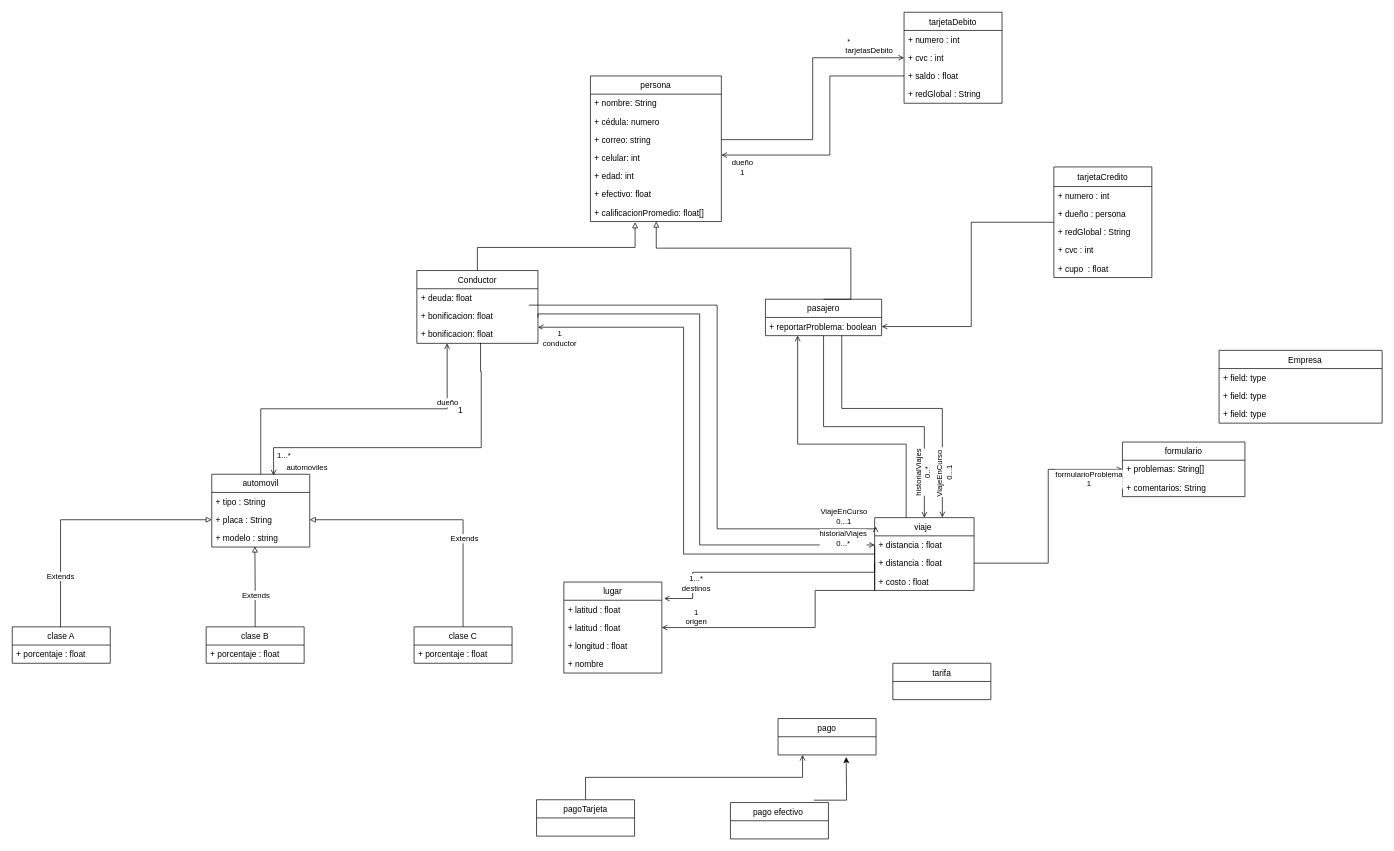
Earlier version of the draw.io diagram Untitled Diagram.drawio (DPOO2022-1-SEC04-G08/Taller2). Source tidied: cells renumbered, new cells numbered last; positions are measured from the earlier drawing's top-left corner, leaving out a move shared by most shapes. Both pictures are drawn from the tidied source at 70%, with x=0, y=0 at pixel (12, 12).
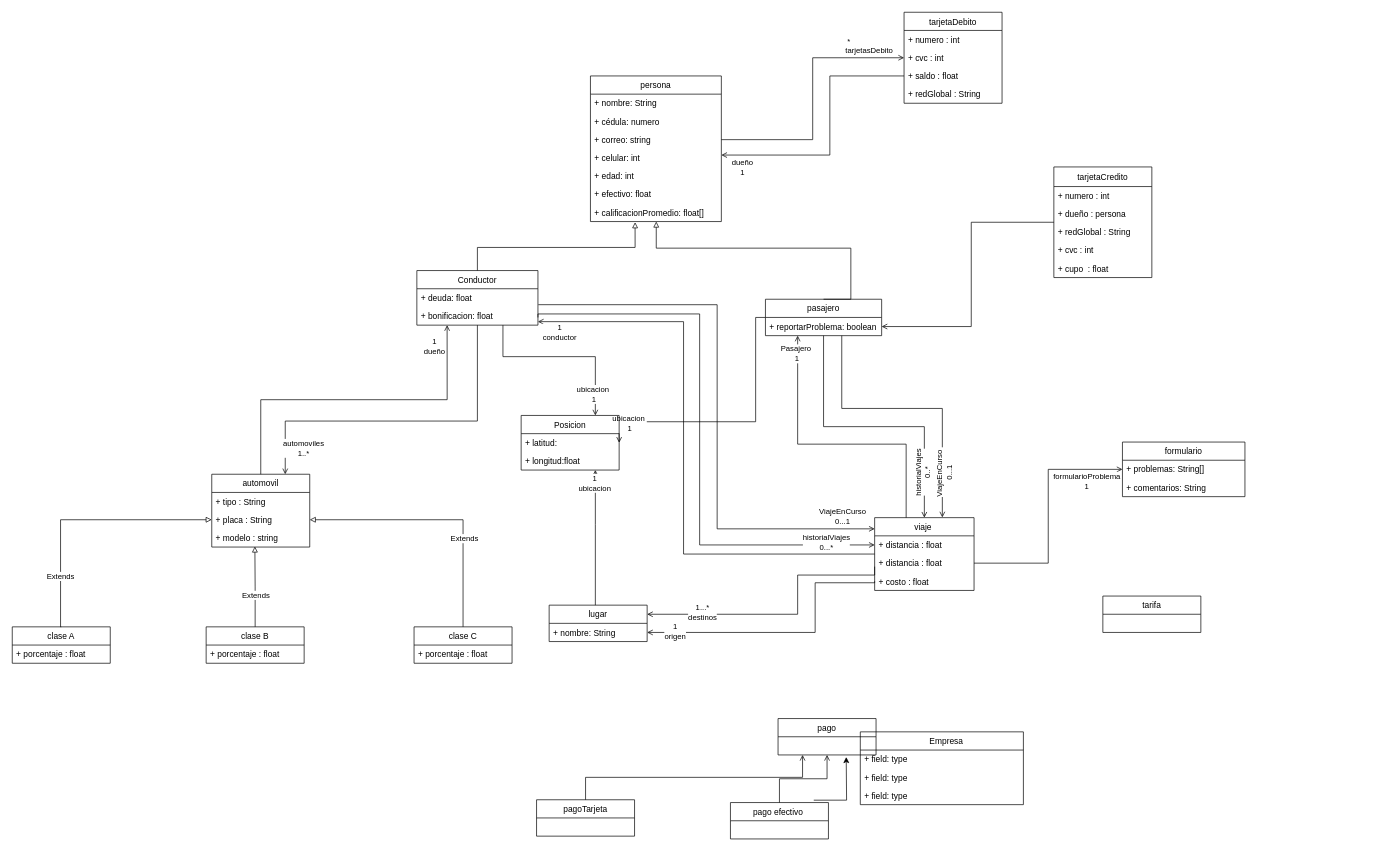
After the change.

Commit message:
agregacion posicion

Unchanged cells that the change refers to:
```xml
<mxCell id="4" style="edgeStyle=orthogonalEdgeStyle;rounded=0;jettySize=auto;html=1;endArrow=open;endFill=0;" parent="1" edge="1" source="5" target="23">
  <mxGeometry relative="1" as="geometry">
    <Array as="points">
      <mxPoint x="1277" y="617" />
      <mxPoint x="1122" y="617" />
    </Array>
  </mxGeometry>
</mxCell>
<mxCell id="5" value="viaje " style="swimlane;fontStyle=0;horizontal=1;startSize=26;fillColor=none;" parent="1" vertex="1">
  <mxGeometry x="1232" y="722" width="142" height="104" as="geometry" />
</mxCell>
<mxCell id="6" value="+ distancia : float" style="text;strokeColor=none;fillColor=none;align=left;verticalAlign=top;spacingLeft=4;spacingRight=4;overflow=hidden;points=[[0,0.5],[1,0.5]];portConstraint=eastwest;" parent="5" vertex="1">
  <mxGeometry y="26" width="142" height="26" as="geometry" />
</mxCell>
<mxCell id="7" value="+ distancia : float" style="text;strokeColor=none;fillColor=none;align=left;verticalAlign=top;spacingLeft=4;spacingRight=4;overflow=hidden;points=[[0,0.5],[1,0.5]];portConstraint=eastwest;" parent="5" vertex="1">
  <mxGeometry y="52" width="142" height="26" as="geometry" />
</mxCell>
<mxCell id="8" value="+ costo : float&#10;" style="text;strokeColor=none;fillColor=none;align=left;verticalAlign=top;spacingLeft=4;spacingRight=4;overflow=hidden;points=[[0,0.5],[1,0.5]];portConstraint=eastwest;" parent="5" vertex="1">
  <mxGeometry y="78" width="142" height="26" as="geometry" />
</mxCell>
<mxCell id="22" value="pasajero" style="swimlane;fontStyle=0;horizontal=1;startSize=26;fillColor=none;" parent="1" vertex="1">
  <mxGeometry x="1076" y="410" width="166" height="52" as="geometry" />
</mxCell>
<mxCell id="38" value="+ deuda: float" style="text;strokeColor=none;fillColor=none;align=left;verticalAlign=top;spacingLeft=4;spacingRight=4;overflow=hidden;points=[[0,0.5],[1,0.5]];portConstraint=eastwest;" parent="37" vertex="1">
  <mxGeometry y="26" width="173" height="26" as="geometry" />
</mxCell>
<mxCell id="46" value="pago" style="swimlane;fontStyle=0;horizontal=1;startSize=26;fillColor=none;" parent="1" vertex="1">
  <mxGeometry x="1094" y="1009" width="140" height="52" as="geometry" />
</mxCell>
<mxCell id="47" style="edgeStyle=orthogonalEdgeStyle;rounded=0;jettySize=auto;html=1;exitX=0.5;exitY=0;exitDx=0;exitDy=0;entryX=0.25;entryY=1;entryDx=0;entryDy=0;endArrow=open;endFill=0;strokeWidth=1;" parent="1" edge="1" source="49" target="37">
  <mxGeometry relative="1" as="geometry" />
</mxCell>
<mxCell id="49" value="automovil" style="swimlane;fontStyle=0;horizontal=1;startSize=26;fillColor=none;" parent="1" vertex="1">
  <mxGeometry x="285" y="660" width="140" height="104" as="geometry" />
</mxCell>
<mxCell id="93" value="pago efectivo " style="swimlane;fontStyle=0;horizontal=1;startSize=26;fillColor=none;" parent="1" vertex="1">
  <mxGeometry x="1026" y="1129" width="140" height="52" as="geometry" />
</mxCell>
<mxCell id="94" style="edgeStyle=orthogonalEdgeStyle;rounded=0;jettySize=auto;html=1;exitX=1;exitY=0.5;exitDx=0;exitDy=0;endArrow=open;endFill=0;" parent="1" edge="1" source="7" target="90">
  <mxGeometry relative="1" as="geometry" />
</mxCell>
<mxCell id="96" style="edgeStyle=orthogonalEdgeStyle;rounded=0;jettySize=auto;html=1;entryX=0;entryY=0.5;entryDx=0;entryDy=0;endArrow=open;endFill=0;" parent="1" edge="1" target="6">
  <mxGeometry relative="1" as="geometry">
    <mxPoint x="751" y="436" as="sourcePoint" />
    <Array as="points">
      <mxPoint x="751" y="431" />
      <mxPoint x="982" y="431" />
      <mxPoint x="982" y="761" />
    </Array>
  </mxGeometry>
</mxCell>
```

Change to the diagram source:
```diff
@@
     <mxCell id="2" style="edgeStyle=orthogonalEdgeStyle;rounded=0;jettySize=auto;html=1;endArrow=open;endFill=0;" parent="1" edge="1" source="5">
       <mxGeometry relative="1" as="geometry">
-        <mxPoint x="751" y="450" as="targetPoint" />
+        <mxPoint x="751" y="442" as="targetPoint" />
         <Array as="points">
           <mxPoint x="959" y="774" />
-          <mxPoint x="959" y="450" />
-          <mxPoint x="751" y="450" />
+          <mxPoint x="959" y="442" />
+          <mxPoint x="751" y="442" />
         </Array>
       </mxGeometry>
     </mxCell>
@@
+    <mxCell id="98" value="Pasajero&amp;nbsp;&lt;br&gt;1" style="edgeLabel;html=1;align=center;verticalAlign=middle;" parent="4" vertex="1">
+      <mxGeometry x="0.84" y="2" relative="1" as="geometry">
+        <mxPoint y="-8" as="offset" />
+      </mxGeometry>
+    </mxCell>
@@
+    <mxCell id="99" style="edgeStyle=orthogonalEdgeStyle;rounded=0;jettySize=auto;html=1;entryX=1;entryY=0.5;entryDx=0;entryDy=0;endArrow=open;endFill=0;" parent="1" edge="1" source="22" target="110">
+      <mxGeometry relative="1" as="geometry">
+        <Array as="points">
+          <mxPoint x="1062" y="436" />
+          <mxPoint x="1062" y="585" />
+        </Array>
+      </mxGeometry>
+    </mxCell>
+    <mxCell id="100" value="ubicacion&amp;nbsp;&lt;br&gt;1" style="edgeLabel;html=1;align=center;verticalAlign=middle;" parent="99" vertex="1">
+      <mxGeometry x="0.86" y="1" relative="1" as="geometry">
+        <mxPoint x="13" y="-1" as="offset" />
+      </mxGeometry>
+    </mxCell>
@@
-    <mxCell id="32" style="edgeStyle=orthogonalEdgeStyle;rounded=0;jettySize=auto;html=1;entryX=0.631;entryY=0.016;entryDx=0;entryDy=0;endArrow=open;endFill=0;entryPerimeter=0;exitX=0.52;exitY=0.99;exitDx=0;exitDy=0;exitPerimeter=0;" parent="1" edge="1" source="40" target="49">
-      <mxGeometry relative="1" as="geometry">
-        <Array as="points">
-          <mxPoint x="669" y="473" />
-          <mxPoint x="669" y="513" />
-          <mxPoint x="670" y="513" />
-          <mxPoint x="670" y="622" />
-          <mxPoint x="373" y="622" />
-        </Array>
-      </mxGeometry>
-    </mxCell>
-    <mxCell id="33" value="automoviles&lt;br&gt;" style="edgeLabel;html=1;align=center;verticalAlign=middle;" parent="32" vertex="1">
-      <mxGeometry x="0.6" y="2" relative="1" as="geometry">
-        <mxPoint x="-11" y="26" as="offset" />
-      </mxGeometry>
-    </mxCell>
-    <mxCell id="34" value="1...*" style="edgeLabel;html=1;align=center;verticalAlign=middle;" parent="32" vertex="1">
-      <mxGeometry x="0.85" relative="1" as="geometry">
-        <mxPoint x="14" y="8" as="offset" />
-      </mxGeometry>
-    </mxCell>
-    <mxCell id="35" style="edgeStyle=orthogonalEdgeStyle;rounded=0;jettySize=auto;html=1;entryX=0.01;entryY=0.122;entryDx=0;entryDy=0;endArrow=open;endFill=0;entryPerimeter=0;" parent="1" edge="1" target="5">
+    <mxCell id="35" style="edgeStyle=orthogonalEdgeStyle;rounded=0;jettySize=auto;html=1;endArrow=open;endFill=0;exitX=1.003;exitY=0.875;exitDx=0;exitDy=0;exitPerimeter=0;" parent="1" edge="1" source="38" target="5">
       <mxGeometry relative="1" as="geometry">
-        <mxPoint x="738" y="418.4" as="sourcePoint" />
         <Array as="points">
           <mxPoint x="1007" y="418" />
           <mxPoint x="1007" y="738" />
-          <mxPoint x="1233" y="738" />
         </Array>
       </mxGeometry>
     </mxCell>
@@
+    <mxCell id="101" style="edgeStyle=orthogonalEdgeStyle;rounded=0;jettySize=auto;html=1;entryX=0.75;entryY=0;entryDx=0;entryDy=0;endArrow=open;endFill=0;" parent="1" edge="1" source="37" target="49">
+      <mxGeometry relative="1" as="geometry">
+        <Array as="points">
+          <mxPoint x="665" y="584" />
+          <mxPoint x="390" y="584" />
+        </Array>
+      </mxGeometry>
+    </mxCell>
+    <mxCell id="102" value="automoviles&lt;br&gt;1..*" style="edgeLabel;html=1;align=center;verticalAlign=middle;" parent="101" vertex="1">
+      <mxGeometry x="0.8" y="2" relative="1" as="geometry">
+        <mxPoint x="23" y="11" as="offset" />
+      </mxGeometry>
+    </mxCell>
+    <mxCell id="103" style="edgeStyle=orthogonalEdgeStyle;rounded=0;jettySize=auto;html=1;endArrow=open;endFill=0;" parent="1" edge="1" source="37" target="109">
+      <mxGeometry relative="1" as="geometry">
+        <Array as="points">
+          <mxPoint x="701" y="492" />
+          <mxPoint x="833" y="492" />
+        </Array>
+      </mxGeometry>
+    </mxCell>
+    <mxCell id="104" value="ubicacion&amp;nbsp;&lt;br&gt;1" style="edgeLabel;html=1;align=center;verticalAlign=middle;" parent="103" vertex="1">
+      <mxGeometry x="0.85" relative="1" as="geometry">
+        <mxPoint x="-3" y="-11" as="offset" />
+      </mxGeometry>
+    </mxCell>
     <mxCell id="37" value="Conductor" style="swimlane;fontStyle=0;horizontal=1;startSize=26;fillColor=none;" parent="1" vertex="1">
-      <mxGeometry x="578" y="369" width="173" height="104" as="geometry" />
+      <mxGeometry x="578" y="369" width="173" height="78" as="geometry" />
     </mxCell>
@@
-    <mxCell id="40" value="+ bonificacion: float" style="text;strokeColor=none;fillColor=none;align=left;verticalAlign=top;spacingLeft=4;spacingRight=4;overflow=hidden;points=[[0,0.5],[1,0.5]];portConstraint=eastwest;" parent="37" vertex="1">
-      <mxGeometry y="78" width="173" height="26" as="geometry" />
-    </mxCell>
+    <mxCell id="105" style="edgeStyle=orthogonalEdgeStyle;rounded=0;jettySize=auto;html=1;endArrow=open;endFill=0;" parent="1" edge="1" source="41" target="111">
+      <mxGeometry relative="1" as="geometry">
+        <Array as="points">
+          <mxPoint x="833" y="732" />
+          <mxPoint x="833" y="732" />
+        </Array>
+      </mxGeometry>
+    </mxCell>
+    <mxCell id="106" value="1&lt;br&gt;ubicacion" style="edgeLabel;html=1;align=center;verticalAlign=middle;" parent="105" vertex="1">
+      <mxGeometry x="0.81" y="2" relative="1" as="geometry" />
+    </mxCell>
     <mxCell id="41" value="lugar" style="swimlane;fontStyle=0;horizontal=1;startSize=26;fillColor=none;" parent="1" vertex="1">
-      <mxGeometry x="788" y="814" width="140" height="130" as="geometry" />
+      <mxGeometry x="767" y="847" width="140" height="52" as="geometry" />
     </mxCell>
-    <mxCell id="42" value="+ latitud : float" style="text;strokeColor=none;fillColor=none;align=left;verticalAlign=top;spacingLeft=4;spacingRight=4;overflow=hidden;points=[[0,0.5],[1,0.5]];portConstraint=eastwest;" parent="41" vertex="1">
-      <mxGeometry y="26" width="140" height="26" as="geometry" />
-    </mxCell>
-    <mxCell id="43" value="+ latitud : float" style="text;strokeColor=none;fillColor=none;align=left;verticalAlign=top;spacingLeft=4;spacingRight=4;overflow=hidden;points=[[0,0.5],[1,0.5]];portConstraint=eastwest;" parent="41" vertex="1">
-      <mxGeometry y="52" width="140" height="26" as="geometry" />
-    </mxCell>
-    <mxCell id="44" value="+ longitud : float" style="text;strokeColor=none;fillColor=none;align=left;verticalAlign=top;spacingLeft=4;spacingRight=4;overflow=hidden;" parent="41" vertex="1">
-      <mxGeometry y="78" width="140" height="26" as="geometry" />
-    </mxCell>
-    <mxCell id="45" value="+ nombre" style="text;strokeColor=none;fillColor=none;align=left;verticalAlign=top;spacingLeft=4;spacingRight=4;overflow=hidden;" parent="41" vertex="1">
-      <mxGeometry y="104" width="140" height="26" as="geometry" />
+    <mxCell id="45" value="+ nombre: String" style="text;strokeColor=none;fillColor=none;align=left;verticalAlign=top;spacingLeft=4;spacingRight=4;overflow=hidden;" parent="41" vertex="1">
+      <mxGeometry y="26" width="140" height="26" as="geometry" />
     </mxCell>
@@
-    <mxCell id="48" value="dueño" style="edgeLabel;html=1;align=center;verticalAlign=middle;" parent="47" vertex="1">
-      <mxGeometry x="0.27" y="-1" relative="1" as="geometry">
-        <mxPoint x="72" y="-10" as="offset" />
-      </mxGeometry>
-    </mxCell>
+    <mxCell id="107" value="1&lt;br&gt;dueño" style="edgeLabel;html=1;align=center;verticalAlign=middle;" parent="47" vertex="1">
+      <mxGeometry x="0.85" y="2" relative="1" as="geometry">
+        <mxPoint x="-17" y="-6" as="offset" />
+      </mxGeometry>
+    </mxCell>
@@
     <mxCell id="70" value="tarifa" style="swimlane;fontStyle=0;horizontal=1;startSize=26;fillColor=none;" parent="1" vertex="1">
-      <mxGeometry x="1258" y="930" width="140" height="52" as="geometry" />
+      <mxGeometry x="1558" y="834" width="140" height="52" as="geometry" />
     </mxCell>
@@
     <mxCell id="72" value="    Empresa" style="swimlane;fontStyle=0;horizontal=1;startSize=26;fillColor=none;" parent="1" vertex="1">
-      <mxGeometry x="1724" y="483" width="233" height="104" as="geometry" />
+      <mxGeometry x="1211.5" y="1028" width="233" height="104" as="geometry" />
     </mxCell>
@@
-    <mxCell id="76" value="1&lt;br&gt;" style="text;html=1;align=center;verticalAlign=middle;strokeColor=none;fillColor=none;" parent="1" vertex="1">
-      <mxGeometry x="631" y="560" width="17" height="18" as="geometry" />
-    </mxCell>
@@
-    <mxCell id="82" style="edgeStyle=orthogonalEdgeStyle;rounded=0;jettySize=auto;html=1;endArrow=open;endFill=0;entryX=1.023;entryY=-0.095;entryDx=0;entryDy=0;entryPerimeter=0;exitX=0;exitY=0.5;exitDx=0;exitDy=0;" parent="1" edge="1" source="6" target="42">
+    <mxCell id="82" style="edgeStyle=orthogonalEdgeStyle;rounded=0;jettySize=auto;html=1;endArrow=open;endFill=0;entryX=1;entryY=0.25;entryDx=0;entryDy=0;" parent="1" edge="1" target="41">
       <mxGeometry relative="1" as="geometry">
+        <mxPoint x="1232" y="792" as="sourcePoint" />
         <Array as="points">
-          <mxPoint x="972" y="800" />
-          <mxPoint x="972" y="838" />
+          <mxPoint x="1232" y="804" />
+          <mxPoint x="1122" y="804" />
+          <mxPoint x="1122" y="860" />
         </Array>
       </mxGeometry>
     </mxCell>
     <mxCell id="83" value="1...*&lt;br&gt;destinos" style="edgeLabel;html=1;align=center;verticalAlign=middle;" parent="82" vertex="1">
       <mxGeometry x="0.57" y="-1" relative="1" as="geometry">
-        <mxPoint x="1" y="16" as="offset" />
+        <mxPoint x="-6" y="-3" as="offset" />
       </mxGeometry>
     </mxCell>
-    <mxCell id="84" style="edgeStyle=orthogonalEdgeStyle;rounded=0;jettySize=auto;html=1;exitX=0;exitY=0.5;exitDx=0;exitDy=0;endArrow=open;endFill=0;entryX=1;entryY=0.5;entryDx=0;entryDy=0;" parent="1" edge="1" source="7" target="43">
+    <mxCell id="84" style="edgeStyle=orthogonalEdgeStyle;rounded=0;jettySize=auto;html=1;exitX=0;exitY=0.5;exitDx=0;exitDy=0;endArrow=open;endFill=0;entryX=1;entryY=0.75;entryDx=0;entryDy=0;" parent="1" edge="1" source="8" target="41">
       <mxGeometry relative="1" as="geometry">
         <Array as="points">
-          <mxPoint x="1147" y="826" />
-          <mxPoint x="1147" y="879" />
+          <mxPoint x="1232" y="815" />
+          <mxPoint x="1147" y="815" />
+          <mxPoint x="1147" y="886" />
         </Array>
       </mxGeometry>
     </mxCell>
@@
     <mxCell id="86" value="1&lt;br&gt;origen&lt;br&gt;" style="edgeLabel;html=1;align=center;verticalAlign=middle;" parent="84" vertex="1">
       <mxGeometry x="0.8" relative="1" as="geometry">
-        <mxPoint x="8" y="-16" as="offset" />
+        <mxPoint x="-1" y="-2" as="offset" />
       </mxGeometry>
     </mxCell>
@@
+    <mxCell id="108" style="edgeStyle=orthogonalEdgeStyle;rounded=0;jettySize=auto;html=1;entryX=0.5;entryY=1;entryDx=0;entryDy=0;endArrow=open;endFill=0;" parent="1" edge="1" source="93" target="46">
+      <mxGeometry relative="1" as="geometry" />
+    </mxCell>
@@
     <mxCell id="95" value="formularioProblema&lt;br&gt;1&lt;br&gt;" style="edgeLabel;html=1;align=center;verticalAlign=middle;" parent="94" vertex="1">
       <mxGeometry x="0.78" y="2" relative="1" as="geometry">
-        <mxPoint x="-11" y="15" as="offset" />
+        <mxPoint x="-14" y="18" as="offset" />
       </mxGeometry>
     </mxCell>
@@
     <mxCell id="97" value="historialViajes&lt;br&gt;0...*" style="edgeLabel;html=1;align=center;verticalAlign=middle;" parent="96" vertex="1">
       <mxGeometry x="0.8" y="-1" relative="1" as="geometry">
-        <mxPoint x="36" y="-11" as="offset" />
+        <mxPoint x="12" y="-6" as="offset" />
       </mxGeometry>
     </mxCell>
+    <mxCell id="109" value="Posicion" style="swimlane;fontStyle=0;horizontal=1;startSize=26;fillColor=none;" parent="1" vertex="1">
+      <mxGeometry x="727" y="576" width="140" height="78" as="geometry" />
+    </mxCell>
+    <mxCell id="110" value="+ latitud:" style="text;strokeColor=none;fillColor=none;align=left;verticalAlign=top;spacingLeft=4;spacingRight=4;overflow=hidden;points=[[0,0.5],[1,0.5]];portConstraint=eastwest;" parent="109" vertex="1">
+      <mxGeometry y="26" width="140" height="26" as="geometry" />
+    </mxCell>
+    <mxCell id="111" value="+ longitud:float" style="text;strokeColor=none;fillColor=none;align=left;verticalAlign=top;spacingLeft=4;spacingRight=4;overflow=hidden;points=[[0,0.5],[1,0.5]];portConstraint=eastwest;" parent="109" vertex="1">
+      <mxGeometry y="52" width="140" height="26" as="geometry" />
+    </mxCell>
```
